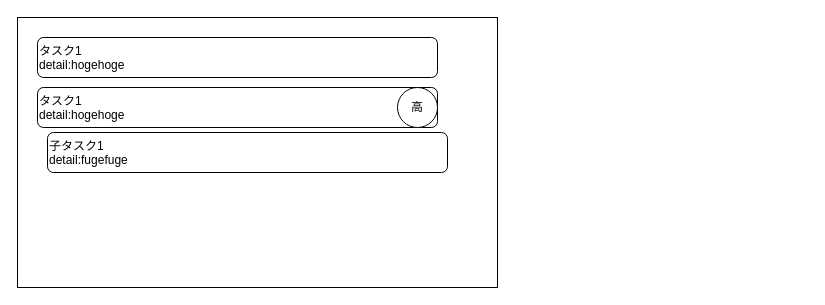
Above: page "UIデザイン" (4 of 4) of Documents/SystemDesign.drawio in Gyabi/TODOManager (draw.io), before the change. Source tidied: cells renumbered, new cells numbered last; positions are measured from the earlier drawing's top-left corner, leaving out a move shared by most shapes. Both pictures are drawn from the tidied source at 100%, with x=0, y=0 at pixel (17, 17).
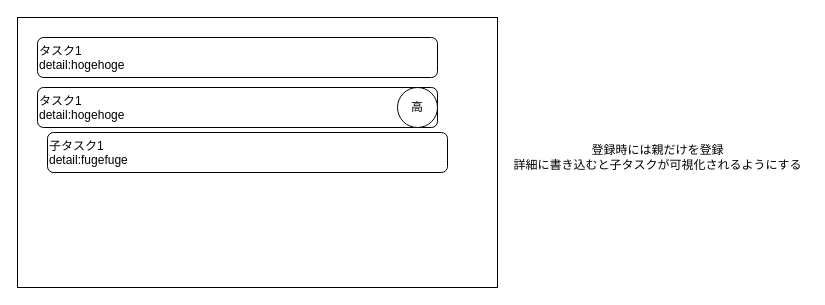
Above is the later version.

The edit, as a diff of the source:
```diff
@@
 <mxGraphModel>
   <root>
     <mxCell id="0" />
     <mxCell id="1" parent="0" />
     <mxCell id="2" style="whiteSpace=wrap;html=1;" parent="1" vertex="1">
       <mxGeometry width="480" height="270" as="geometry" />
     </mxCell>
     <mxCell id="3" value="タスク1&lt;br&gt;detail:hogehoge" style="rounded=1;whiteSpace=wrap;html=1;align=left;verticalAlign=top;" parent="1" vertex="1">
       <mxGeometry x="20" y="20" width="400" height="40" as="geometry" />
     </mxCell>
     <mxCell id="4" value="タスク1&lt;br&gt;detail:hogehoge" style="rounded=1;whiteSpace=wrap;html=1;align=left;verticalAlign=top;" parent="1" vertex="1">
       <mxGeometry x="20" y="70" width="400" height="40" as="geometry" />
     </mxCell>
     <mxCell id="5" value="子タスク1&lt;br&gt;detail:fugefuge" style="rounded=1;whiteSpace=wrap;html=1;align=left;verticalAlign=top;" parent="1" vertex="1">
       <mxGeometry x="30" y="115" width="400" height="40" as="geometry" />
     </mxCell>
     <mxCell id="6" value="高" style="ellipse;whiteSpace=wrap;html=1;" parent="1" vertex="1">
       <mxGeometry x="380" y="70" width="40" height="40" as="geometry" />
     </mxCell>
+    <mxCell id="7" value="登録時には親だけを登録&lt;br&gt;詳細に書き込むと子タスクが可視化されるようにする" style="text;html=1;align=center;verticalAlign=middle;strokeColor=none;fillColor=none;" parent="1" vertex="1">
+      <mxGeometry x="490" y="125" width="300" height="30" as="geometry" />
+    </mxCell>
   </root>
 </mxGraphModel>
```
